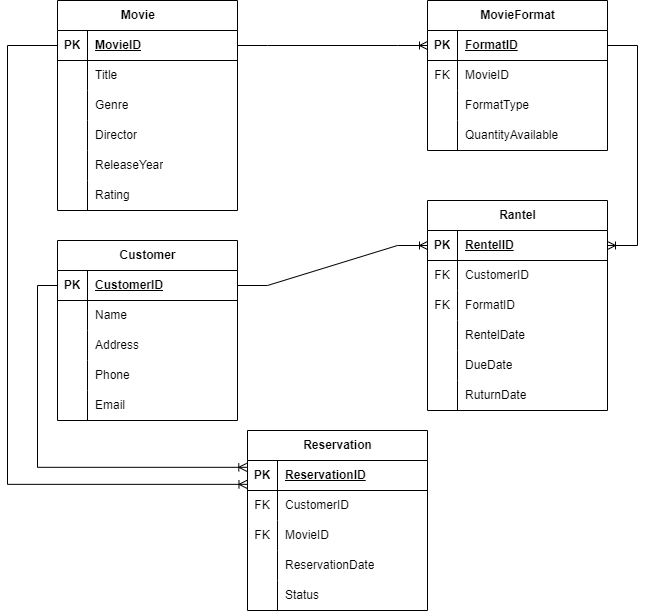
The draw.io diagram Assets/RentalFlix ERD.png in Moayadhamdan/RentalFlix, before a commit. Source tidied: cells renumbered, new cells last; positions are measured from the earlier drawing's top-left corner, leaving out a move shared by most shapes.
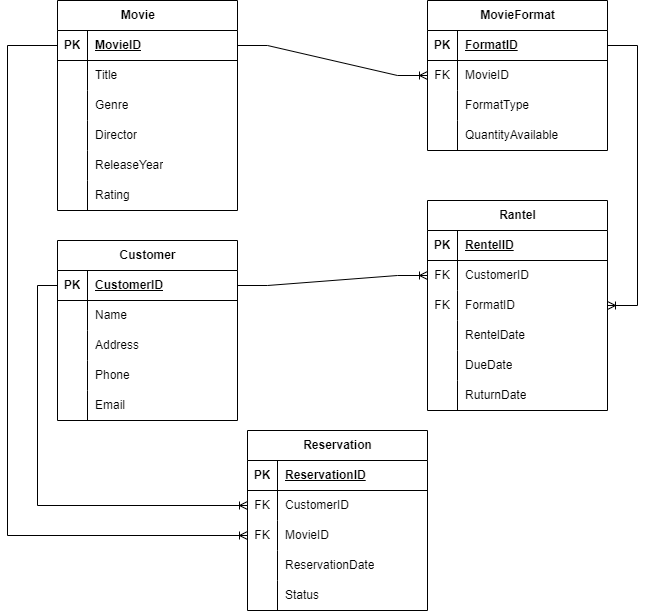
After the change.

Commit message:
RentalFlix ERD donee

Diff of the diagram source:
```diff
@@ -251,28 +251,27 @@
     <mxCell id="84" value="Status" style="shape=partialRectangle;fillColor=none;top=0;left=0;bottom=0;right=0;align=left;spacingLeft=6;overflow=hidden;whiteSpace=wrap;html=1;" parent="82" vertex="1">
       <mxGeometry x="30" width="150" height="30" as="geometry" />
     </mxCell>
-    <mxCell id="85" style="edgeStyle=entityRelationEdgeStyle;fontSize=12;html=1;endArrow=ERoneToMany;rounded=0;exitX=1;exitY=0.5;exitDx=0;exitDy=0;entryX=0;entryY=0.5;entryDx=0;entryDy=0;" parent="1" edge="1" source="3" target="22">
+    <mxCell id="85" style="edgeStyle=entityRelationEdgeStyle;fontSize=12;html=1;endArrow=ERoneToMany;rounded=0;exitX=1;exitY=0.5;exitDx=0;exitDy=0;entryX=0;entryY=0.5;entryDx=0;entryDy=0;" parent="1" edge="1" source="3" target="25">
       <mxGeometry relative="1" as="geometry" />
     </mxCell>
-    <mxCell id="86" style="edgeStyle=entityRelationEdgeStyle;fontSize=12;html=1;endArrow=ERoneToMany;rounded=0;exitX=1;exitY=0.5;exitDx=0;exitDy=0;entryX=0;entryY=0.5;entryDx=0;entryDy=0;" parent="1" edge="1" source="35" target="51">
+    <mxCell id="86" style="edgeStyle=entityRelationEdgeStyle;fontSize=12;html=1;endArrow=ERoneToMany;rounded=0;exitX=1;exitY=0.5;exitDx=0;exitDy=0;entryX=0;entryY=0.5;entryDx=0;entryDy=0;" parent="1" edge="1" source="35" target="54">
       <mxGeometry relative="1" as="geometry" />
     </mxCell>
-    <mxCell id="87" style="fontSize=12;html=1;endArrow=ERoneToMany;rounded=0;exitX=1;exitY=0.5;exitDx=0;exitDy=0;edgeStyle=elbowEdgeStyle;" parent="1" edge="1" source="22">
+    <mxCell id="87" style="fontSize=12;html=1;endArrow=ERoneToMany;rounded=0;exitX=1;exitY=0.5;exitDx=0;exitDy=0;edgeStyle=elbowEdgeStyle;entryX=1;entryY=0.5;entryDx=0;entryDy=0;" parent="1" edge="1" source="22" target="57">
       <mxGeometry relative="1" as="geometry">
-        <mxPoint x="600" y="245" as="targetPoint" />
         <Array as="points">
           <mxPoint x="630" y="150" />
         </Array>
       </mxGeometry>
     </mxCell>
-    <mxCell id="88" style="edgeStyle=elbowEdgeStyle;fontSize=12;html=1;endArrow=ERoneToMany;rounded=0;exitX=0;exitY=0.5;exitDx=0;exitDy=0;entryX=-0.003;entryY=0.795;entryDx=0;entryDy=0;entryPerimeter=0;" parent="1" edge="1" source="3" target="70">
+    <mxCell id="88" style="edgeStyle=elbowEdgeStyle;fontSize=12;html=1;endArrow=ERoneToMany;rounded=0;exitX=0;exitY=0.5;exitDx=0;exitDy=0;entryX=0;entryY=0.5;entryDx=0;entryDy=0;" parent="1" edge="1" source="3" target="76">
       <mxGeometry relative="1" as="geometry">
         <Array as="points">
           <mxPoint y="280" />
         </Array>
       </mxGeometry>
     </mxCell>
-    <mxCell id="89" style="edgeStyle=elbowEdgeStyle;fontSize=12;html=1;endArrow=ERoneToMany;rounded=0;exitX=0;exitY=0.5;exitDx=0;exitDy=0;entryX=-0.004;entryY=0.227;entryDx=0;entryDy=0;entryPerimeter=0;" parent="1" edge="1" source="35" target="70">
+    <mxCell id="89" style="edgeStyle=elbowEdgeStyle;fontSize=12;html=1;endArrow=ERoneToMany;rounded=0;exitX=0;exitY=0.5;exitDx=0;exitDy=0;entryX=0;entryY=0.5;entryDx=0;entryDy=0;" parent="1" edge="1" source="35" target="73">
       <mxGeometry relative="1" as="geometry">
         <Array as="points">
           <mxPoint x="30" y="400" />
```
